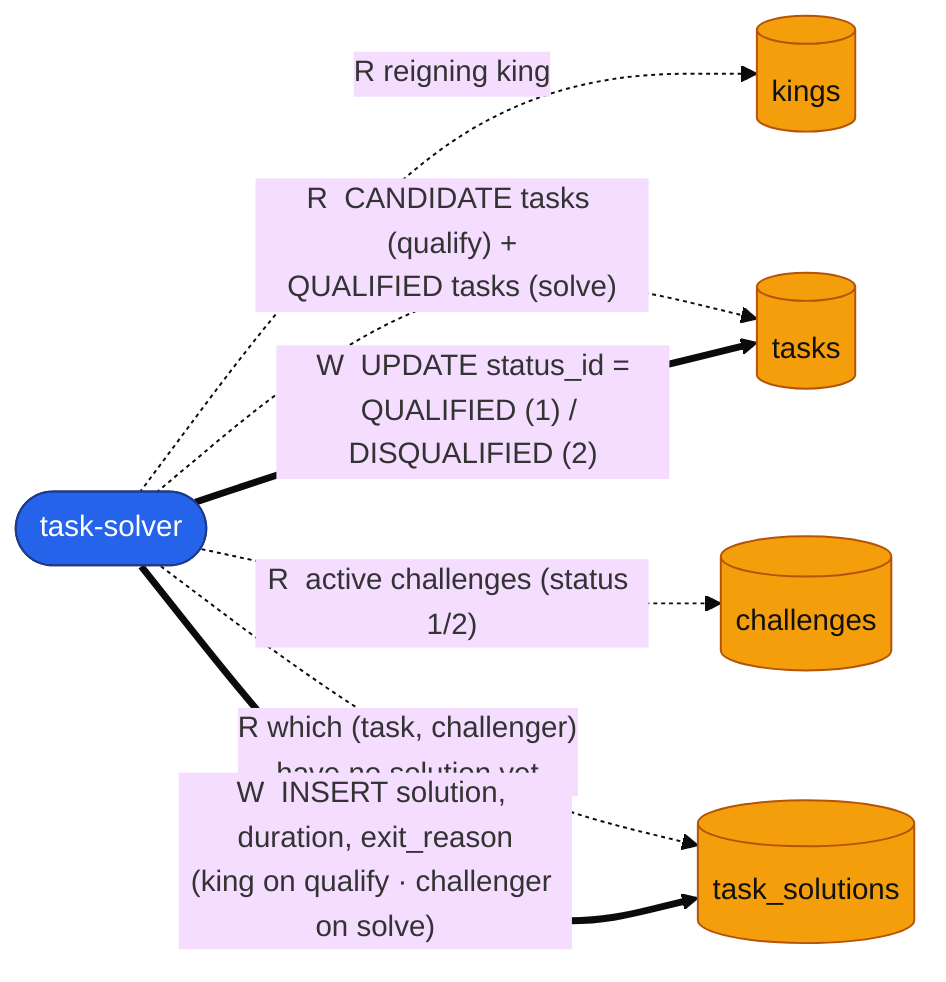
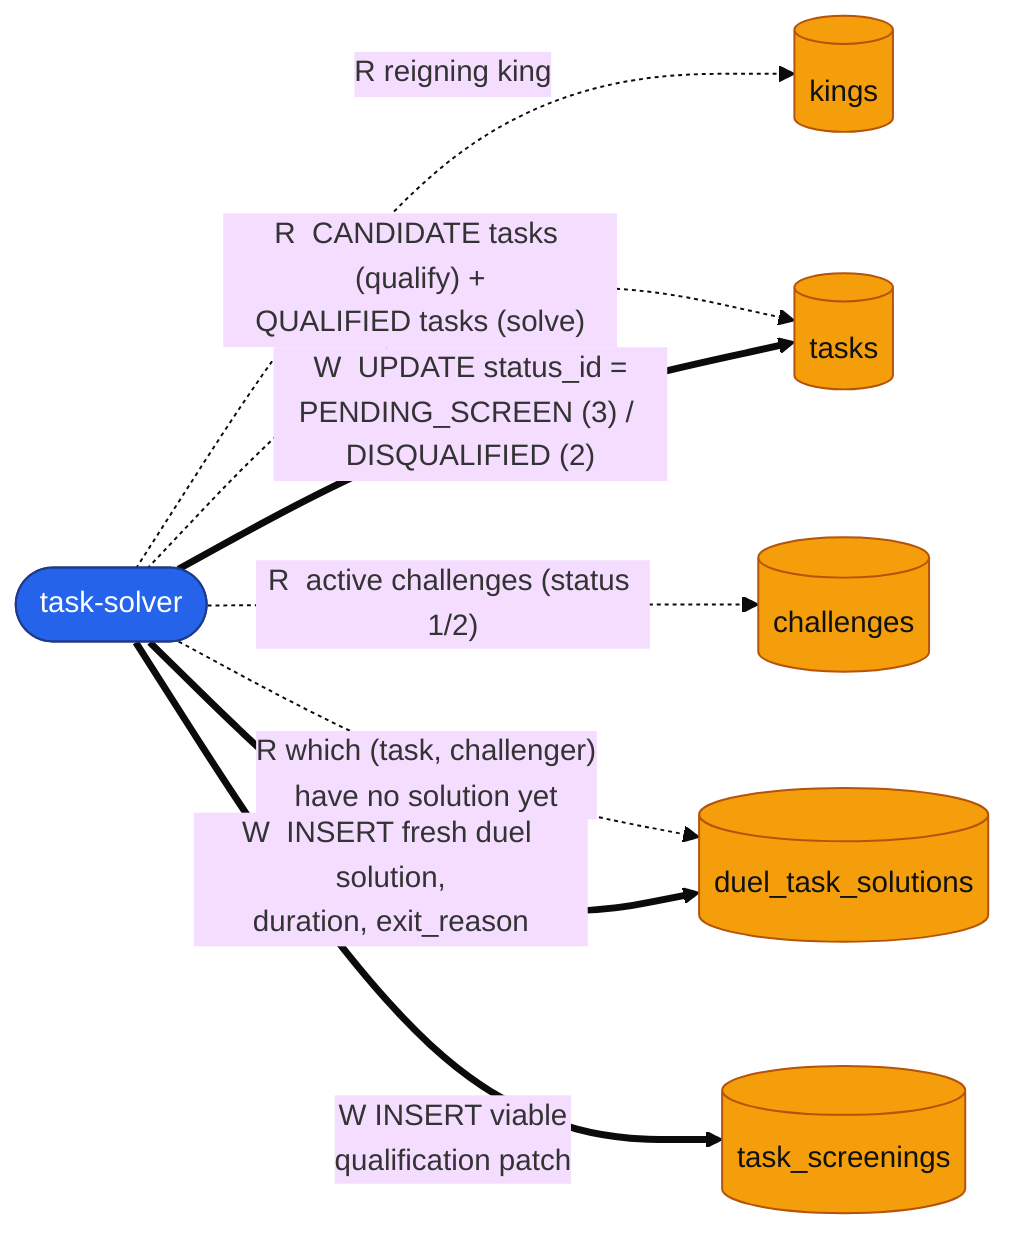
%%{init: {"theme": "base", "themeVariables": {"fontSize": "15px"}}}%%
flowchart LR
    ts(["task-solver"])
    kings[("kings")]
    tasks[("tasks")]
    chal[("challenges")]
-     tsol[("task_solutions")]
+     screen[("task_screenings")]
+     tsol[("duel_task_solutions")]

    ts -. "R  reigning king" .-> kings
    ts -. "R  CANDIDATE tasks (qualify) +<br/>QUALIFIED tasks (solve)" .-> tasks
    ts -. "R  active challenges (status 1/2)" .-> chal
    ts -. "R  which (task, challenger)<br/>have no solution yet" .-> tsol
-     ts == "W  UPDATE status_id =<br/>QUALIFIED (1) / DISQUALIFIED (2)" ==> tasks
-     ts == "W  INSERT solution, duration, exit_reason<br/>(king on qualify · challenger on solve)" ==> tsol
+     ts == "W  UPDATE status_id =<br/>PENDING_SCREEN (3) / DISQUALIFIED (2)" ==> tasks
+     ts == "W  INSERT viable<br/>qualification patch" ==> screen
+     ts == "W  INSERT fresh duel solution,<br/>duration, exit_reason" ==> tsol

    classDef worker fill:#2563eb,stroke:#1e3a8a,color:#fff;
    classDef store fill:#f59e0b,stroke:#b45309,color:#111;
    class ts worker;
-     class kings,tasks,chal,tsol store;
+     class kings,tasks,chal,screen,tsol store;
